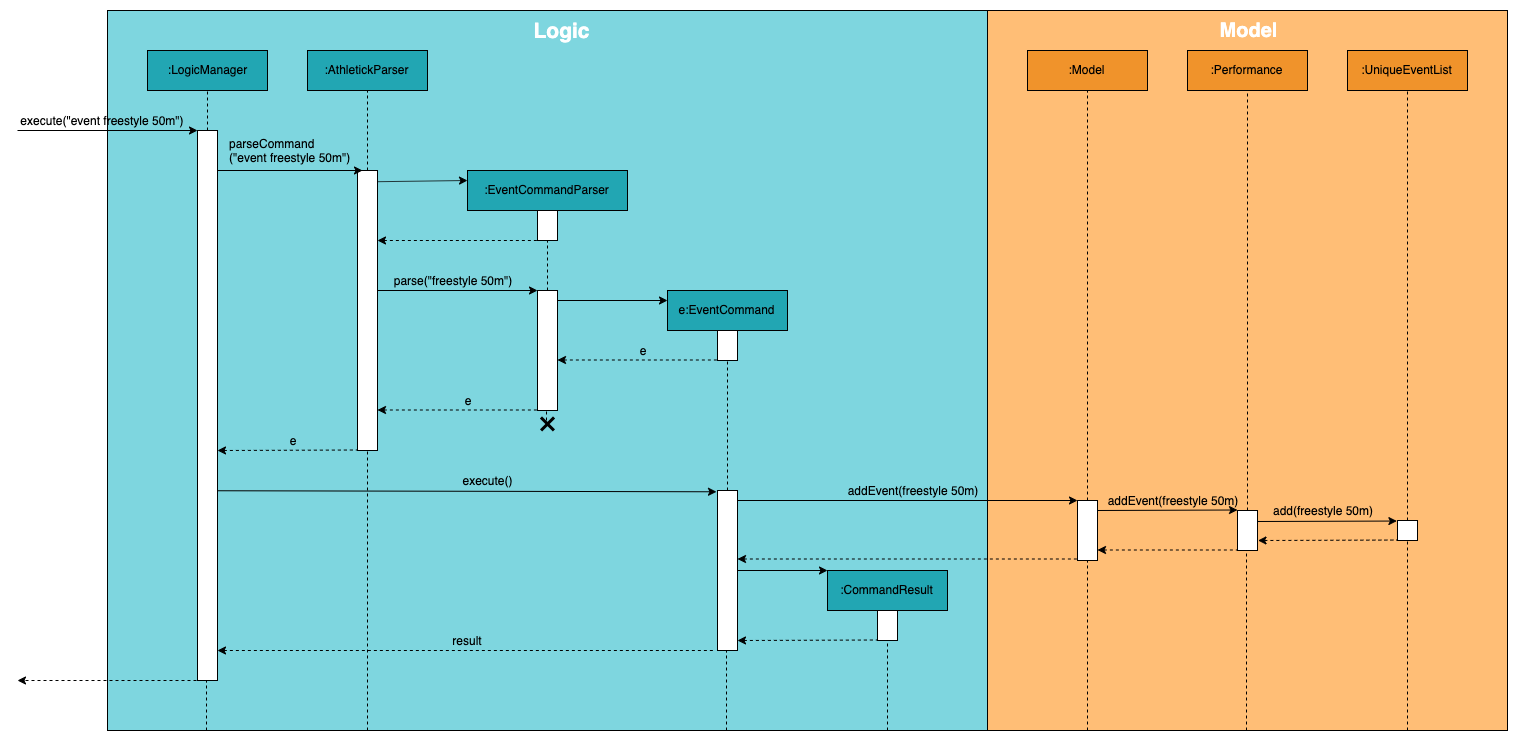
nus-cs2103-AY1920S1/addressbook-level3 keeps this draw.io diagram as docs/images/addevent_sequencediagram.png. Above is the earlier version. Source tidied: cells renumbered, new cells last; positions are measured from the earlier drawing's top-left corner, leaving out a move shared by most shapes.
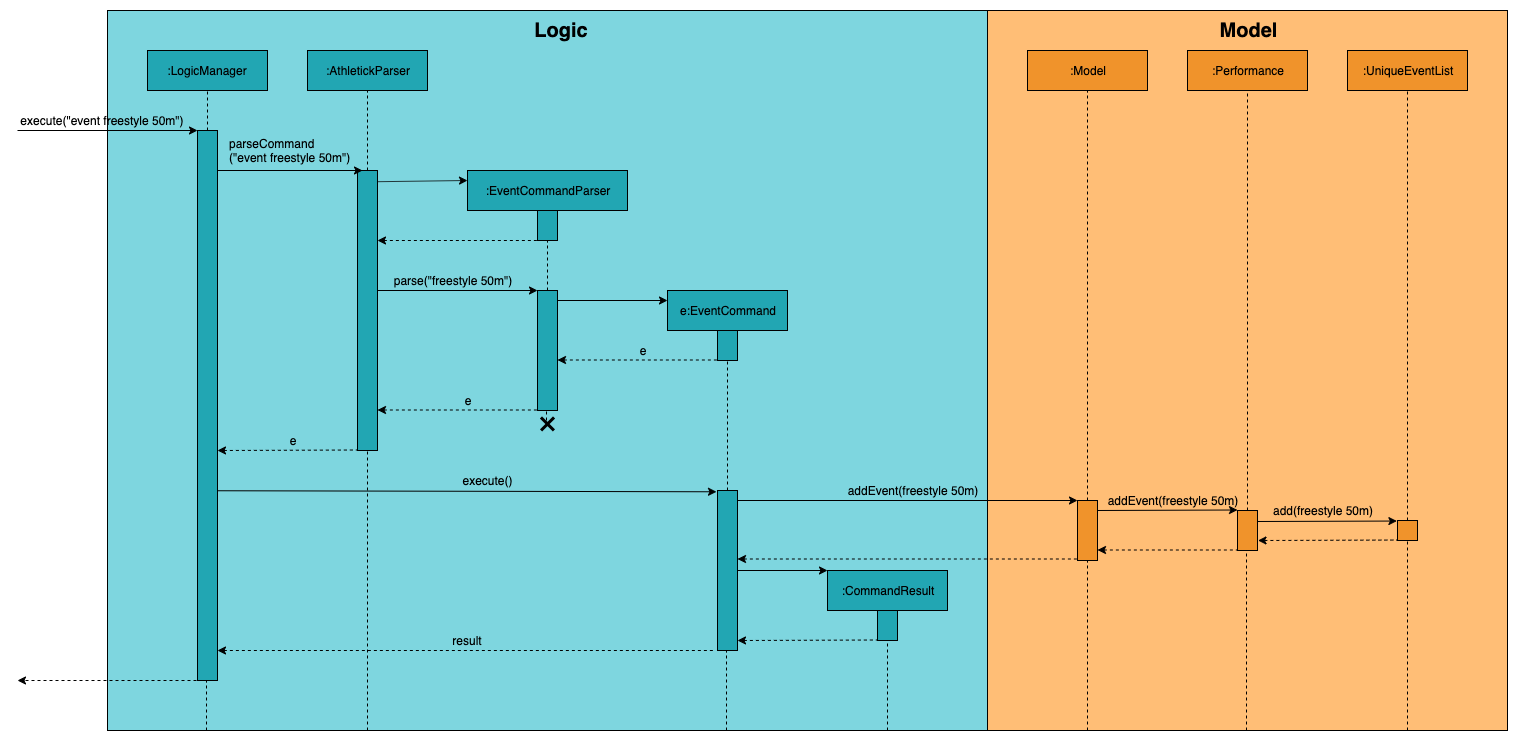
The same file after the commit.

The edit, as a diff of the source:
```diff
@@ -5,7 +5,7 @@
     <mxCell id="2" style="rounded=0;whiteSpace=wrap;html=1;fillColor=#ffbe76;gradientColor=none;" parent="1" vertex="1">
       <mxGeometry x="970" width="520" height="720" as="geometry" />
     </mxCell>
-    <mxCell id="3" style="rounded=0;whiteSpace=wrap;html=1;" parent="1" vertex="1">
+    <mxCell id="3" style="rounded=0;whiteSpace=wrap;html=1;fillColor=#F0932B;" parent="1" vertex="1">
       <mxGeometry x="1060" y="490" width="20" height="60" as="geometry" />
     </mxCell>
     <mxCell id="4" style="verticalLabelPosition=bottom;verticalAlign=top;html=1;shape=mxgraph.basic.rect;fillColor2=none;strokeWidth=1;size=20;indent=5;fillColor=#7ed6df;" parent="1" vertex="1">
@@ -14,13 +14,13 @@
     <mxCell id="5" value=":LogicManager" style="rounded=0;whiteSpace=wrap;html=1;fillColor=#22a6b3;" parent="1" vertex="1">
       <mxGeometry x="130" y="40" width="120" height="40" as="geometry" />
     </mxCell>
-    <mxCell id="6" style="rounded=0;whiteSpace=wrap;html=1;" parent="1" vertex="1">
+    <mxCell id="6" style="rounded=0;whiteSpace=wrap;html=1;fillColor=#22A6B3;" parent="1" vertex="1">
       <mxGeometry x="180" y="120" width="20" height="550" as="geometry" />
     </mxCell>
     <mxCell id="7" value=":AthletickParser" style="rounded=0;whiteSpace=wrap;html=1;fillColor=#22a6b3;" parent="1" vertex="1">
       <mxGeometry x="290" y="40" width="120" height="40" as="geometry" />
     </mxCell>
-    <mxCell id="8" style="rounded=0;whiteSpace=wrap;html=1;" parent="1" vertex="1">
+    <mxCell id="8" style="rounded=0;whiteSpace=wrap;html=1;fillColor=#22A6B3;" parent="1" vertex="1">
       <mxGeometry x="340" y="160" width="20" height="280" as="geometry" />
     </mxCell>
     <mxCell id="9" value=":EventCommandParser" style="rounded=0;whiteSpace=wrap;html=1;fillColor=#22a6b3;" parent="1" vertex="1">
@@ -54,7 +54,7 @@
         <mxPoint x="200" y="160" as="sourcePoint" />
       </mxGeometry>
     </mxCell>
-    <mxCell id="17" style="rounded=0;whiteSpace=wrap;html=1;" parent="1" vertex="1">
+    <mxCell id="17" style="rounded=0;whiteSpace=wrap;html=1;fillColor=#22A6B3;" parent="1" vertex="1">
       <mxGeometry x="520" y="200" width="20" height="30" as="geometry" />
     </mxCell>
     <mxCell id="18" style="endArrow=classic;html=1;entryX=0;entryY=0.25;entryDx=0;entryDy=0;exitX=1;exitY=0.04;exitDx=0;exitDy=0;exitPerimeter=0;" parent="1" edge="1" source="8" target="9">
@@ -74,7 +74,7 @@
         <mxPoint x="530" y="230" as="targetPoint" />
       </mxGeometry>
     </mxCell>
-    <mxCell id="22" style="rounded=0;whiteSpace=wrap;html=1;" parent="1" vertex="1">
+    <mxCell id="22" style="rounded=0;whiteSpace=wrap;html=1;fillColor=#22A6B3;" parent="1" vertex="1">
       <mxGeometry x="520" y="280" width="20" height="120" as="geometry" />
     </mxCell>
     <mxCell id="23" style="endArrow=classic;html=1;" parent="1" edge="1">
@@ -89,7 +89,7 @@
         <mxPoint x="650" y="290" as="targetPoint" />
       </mxGeometry>
     </mxCell>
-    <mxCell id="25" style="rounded=0;whiteSpace=wrap;html=1;" parent="1" vertex="1">
+    <mxCell id="25" style="rounded=0;whiteSpace=wrap;html=1;fillColor=#22A6B3;" parent="1" vertex="1">
       <mxGeometry x="700" y="320" width="20" height="30" as="geometry" />
     </mxCell>
     <mxCell id="26" style="endArrow=none;html=1;dashed=1;endFill=0;startArrow=classic;startFill=1;" parent="1" edge="1">
@@ -128,7 +128,7 @@
         <mxPoint x="710" y="350" as="targetPoint" />
       </mxGeometry>
     </mxCell>
-    <mxCell id="34" style="rounded=0;whiteSpace=wrap;html=1;" parent="1" vertex="1">
+    <mxCell id="34" style="rounded=0;whiteSpace=wrap;html=1;fillColor=#22A6B3;" parent="1" vertex="1">
       <mxGeometry x="700" y="480" width="20" height="160" as="geometry" />
     </mxCell>
     <mxCell id="35" value="execute()" style="text;html=1;strokeColor=none;fillColor=none;align=center;verticalAlign=middle;whiteSpace=wrap;rounded=0;" parent="1" vertex="1">
@@ -189,10 +189,10 @@
     <mxCell id="46" style="shape=umlDestroy;whiteSpace=wrap;html=1;strokeWidth=3;fillColor=#22a6b3;" parent="1" vertex="1">
       <mxGeometry x="523.5" y="407" width="13" height="13" as="geometry" />
     </mxCell>
-    <mxCell id="47" value="&lt;font style=&quot;font-size: 21px&quot; color=&quot;#ffffff&quot;&gt;&lt;b&gt;Logic&lt;/b&gt;&lt;/font&gt;" style="text;html=1;strokeColor=none;fillColor=none;align=center;verticalAlign=middle;whiteSpace=wrap;rounded=0;" parent="1" vertex="1">
+    <mxCell id="47" value="&lt;font size=&quot;1&quot;&gt;&lt;b style=&quot;font-size: 20px&quot;&gt;Logic&lt;/b&gt;&lt;/font&gt;" style="text;html=1;strokeColor=none;fillColor=none;align=center;verticalAlign=middle;whiteSpace=wrap;rounded=0;" parent="1" vertex="1">
       <mxGeometry x="523.5" y="10" width="40" height="20" as="geometry" />
     </mxCell>
-    <mxCell id="48" value="&lt;font size=&quot;1&quot; color=&quot;#ffffff&quot;&gt;&lt;b style=&quot;font-size: 20px&quot;&gt;Model&lt;/b&gt;&lt;/font&gt;" style="text;html=1;strokeColor=none;fillColor=none;align=center;verticalAlign=middle;whiteSpace=wrap;rounded=0;" parent="1" vertex="1">
+    <mxCell id="48" value="&lt;font size=&quot;1&quot;&gt;&lt;b style=&quot;font-size: 20px&quot;&gt;Model&lt;/b&gt;&lt;/font&gt;" style="text;html=1;strokeColor=none;fillColor=none;align=center;verticalAlign=middle;whiteSpace=wrap;rounded=0;" parent="1" vertex="1">
       <mxGeometry x="1210" y="10" width="40" height="20" as="geometry" />
     </mxCell>
     <mxCell id="49" value=":Model" style="rounded=0;whiteSpace=wrap;html=1;fillColor=#f0932b;gradientColor=none;" parent="1" vertex="1">
@@ -218,7 +218,7 @@
     <mxCell id="53" value="addEvent(freestyle 50m)" style="text;html=1;strokeColor=none;fillColor=none;align=center;verticalAlign=middle;whiteSpace=wrap;rounded=0;" parent="1" vertex="1">
       <mxGeometry x="800" y="470" width="190" height="20" as="geometry" />
     </mxCell>
-    <mxCell id="54" style="rounded=0;whiteSpace=wrap;html=1;" parent="1" vertex="1">
+    <mxCell id="54" style="rounded=0;whiteSpace=wrap;html=1;fillColor=#22A6B3;" parent="1" vertex="1">
       <mxGeometry x="860" y="600" width="20" height="30" as="geometry" />
     </mxCell>
     <mxCell id="55" style="endArrow=none;dashed=1;html=1;" parent="1" edge="1" target="54">
@@ -243,7 +243,7 @@
         <mxPoint x="1220" y="499.5" as="targetPoint" />
       </mxGeometry>
     </mxCell>
-    <mxCell id="60" style="rounded=0;whiteSpace=wrap;html=1;" parent="1" vertex="1">
+    <mxCell id="60" style="rounded=0;whiteSpace=wrap;html=1;fillColor=#F0932B;" parent="1" vertex="1">
       <mxGeometry x="1220" y="500" width="20" height="40" as="geometry" />
     </mxCell>
     <mxCell id="61" value="addEvent(freestyle 50m)" style="text;html=1;strokeColor=none;fillColor=none;align=center;verticalAlign=middle;whiteSpace=wrap;rounded=0;" parent="1" vertex="1">
@@ -263,7 +263,7 @@
     <mxCell id="64" value="add(freestyle 50m)" style="text;html=1;strokeColor=none;fillColor=none;align=center;verticalAlign=middle;whiteSpace=wrap;rounded=0;" parent="1" vertex="1">
       <mxGeometry x="1230" y="490" width="150" height="20" as="geometry" />
     </mxCell>
-    <mxCell id="65" style="rounded=0;whiteSpace=wrap;html=1;" parent="1" vertex="1">
+    <mxCell id="65" style="rounded=0;whiteSpace=wrap;html=1;fillColor=#F0932B;" parent="1" vertex="1">
       <mxGeometry x="1380" y="510" width="20" height="20" as="geometry" />
     </mxCell>
     <mxCell id="66" style="endArrow=classic;html=1;entryX=-0.031;entryY=0.027;entryDx=0;entryDy=0;entryPerimeter=0;" parent="1" edge="1" target="65">
```
